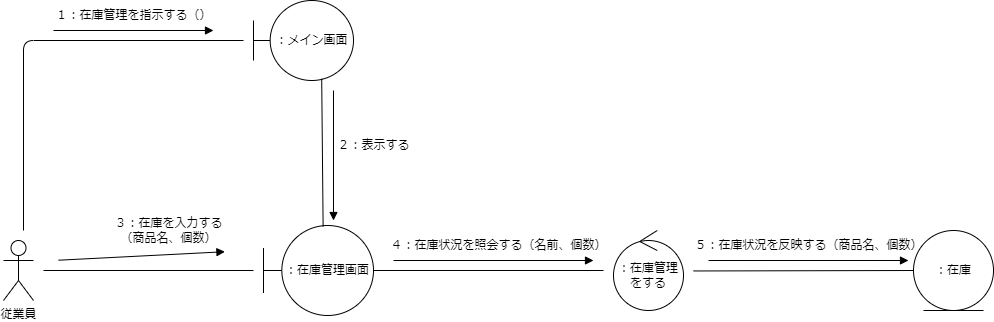
This is psp4/コミュニケーション図/コミュニケーション図_在庫管理.drawio.png from MasakiHiguchi/---, a draw.io export, as it was before one commit. Source tidied: cells renumbered, new cells last; positions are measured from the earlier drawing's top-left corner, leaving out a move shared by most shapes.
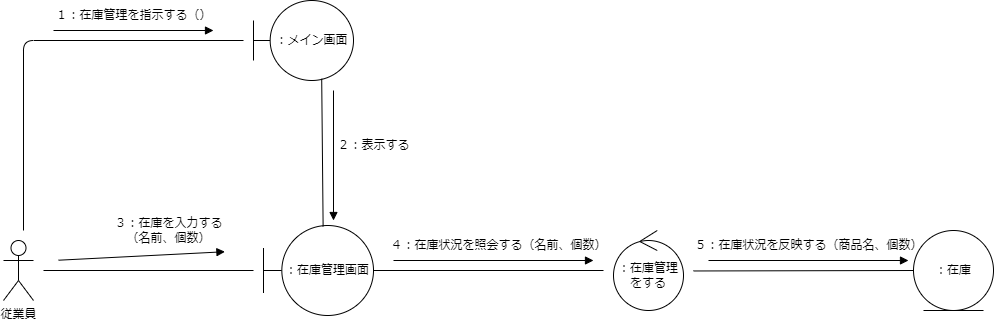
After the commit.

Change to the diagram source:
```diff
@@ -58,7 +58,7 @@
     <mxCell id="14" value="２：表示する" style="text;html=1;align=center;verticalAlign=middle;strokeColor=none;fillColor=none;" parent="1" vertex="1">
       <mxGeometry x="320" y="130" width="100" height="30" as="geometry" />
     </mxCell>
-    <mxCell id="15" value="３：在庫を入力する&lt;br&gt;（商品名、個数）" style="text;html=1;align=center;verticalAlign=middle;points=[];strokeColor=none;fillColor=none;" parent="1" vertex="1">
+    <mxCell id="15" value="３：在庫を入力する&lt;br&gt;（名前、個数）" style="text;html=1;align=center;verticalAlign=middle;points=[];strokeColor=none;fillColor=none;" parent="1" vertex="1">
       <mxGeometry x="100" y="210" width="130" height="40" as="geometry" />
     </mxCell>
     <mxCell id="16" style="endArrow=block;html=1;endFill=1;entryX=0.934;entryY=1.031;entryDx=0;entryDy=0;entryPerimeter=0;" parent="1" edge="1" target="15">
```
